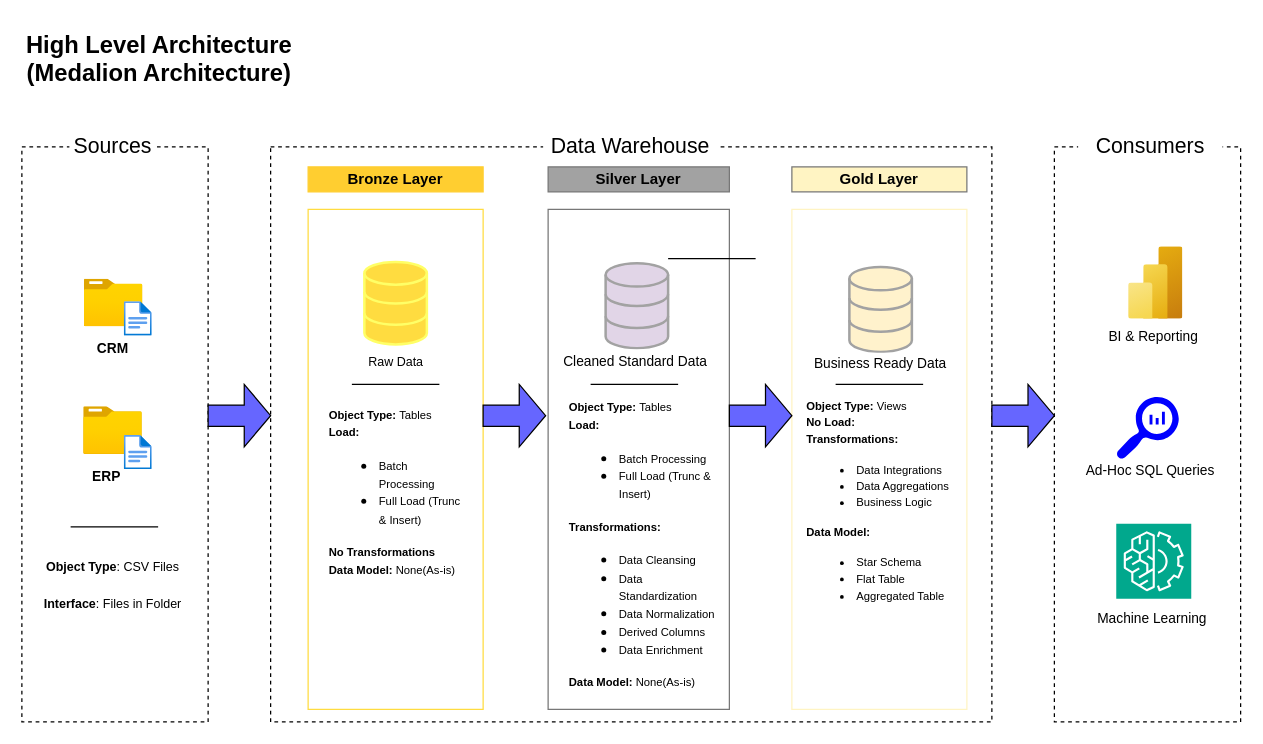
This is docs/data_architecture.drawio from asare-data-labs/postgresql-medallion-data-warehouse, a draw.io file, before an edit. Source tidied: cells renumbered, new cells numbered last; positions are measured from the earlier drawing's top-left corner, leaving out a move shared by most shapes. Both pictures are drawn from the tidied source at 125%, with x=0, y=0 at pixel (21, 21).
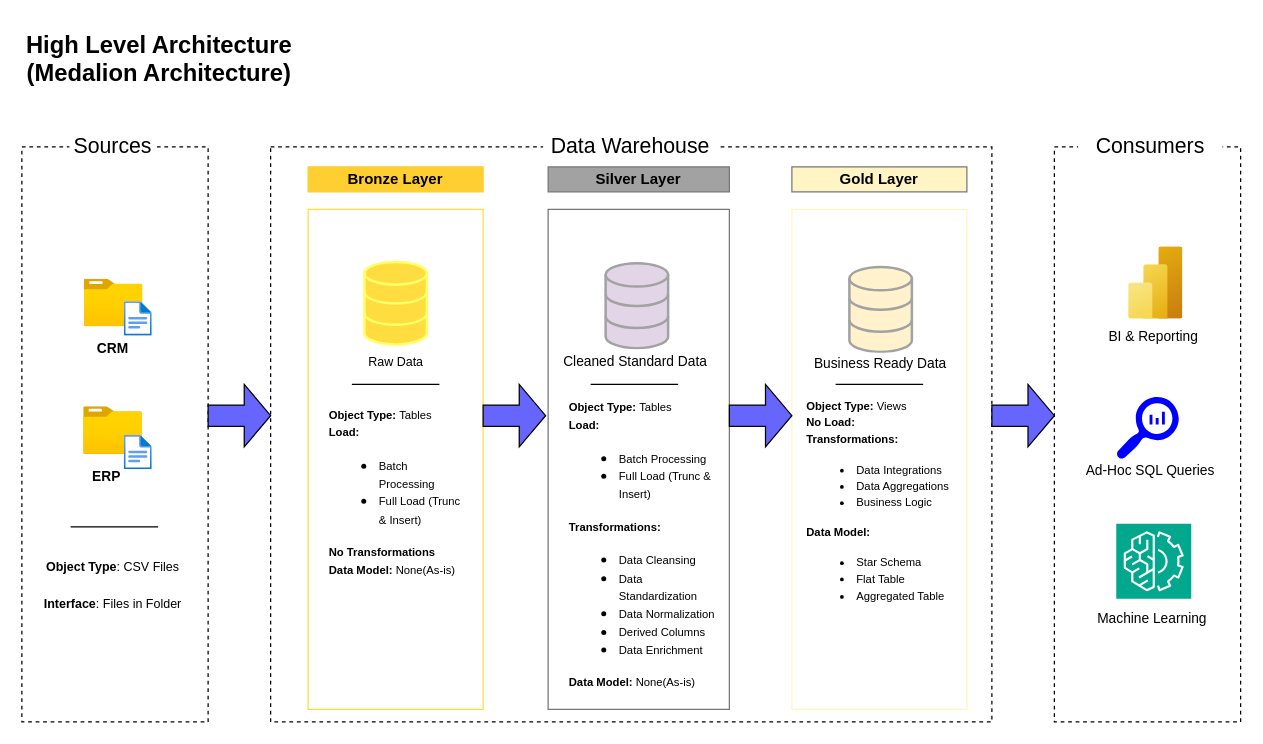
After the change.

The edit, as a diff of the source:
```diff
@@
-    <mxCell id="36" style="endArrow=none;html=1;rounded=0;" parent="1" edge="1">
-      <mxGeometry relative="1" as="geometry">
-        <mxPoint x="517" y="189.3" as="sourcePoint" />
-        <mxPoint x="587" y="189.3" as="targetPoint" />
-      </mxGeometry>
-    </mxCell>
```
